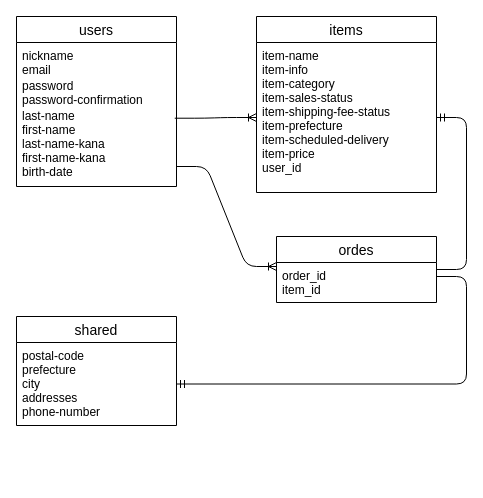
koto31/furima-39301 keeps this draw.io diagram as test.dio. Above is the earlier version. Source tidied: cells renumbered, new cells numbered last; positions are measured from the earlier drawing's top-left corner, leaving out a move shared by most shapes. Both pictures are drawn from the tidied source at 100%, with x=0, y=0 at pixel (16, 16).
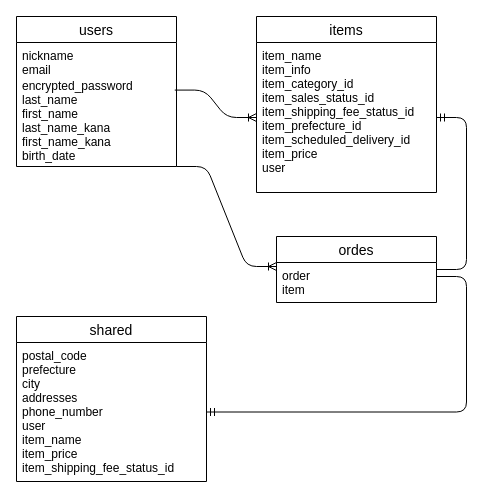
After the change.

Commit message (it also covers changes not shown here):
データーベース設計修正

Change to the diagram source:
```diff
@@
 <mxGraphModel>
   <root>
     <mxCell id="0" />
     <mxCell id="1" parent="0" />
     <mxCell id="2" value="users" style="swimlane;fontStyle=0;horizontal=1;startSize=26;align=center;fontSize=14;" parent="1" vertex="1">
-      <mxGeometry width="160" height="170" as="geometry" />
+      <mxGeometry width="160" height="150" as="geometry" />
     </mxCell>
     <mxCell id="3" value="nickname&#10;email&#10;" style="text;strokeColor=none;fillColor=none;spacingLeft=4;spacingRight=4;overflow=hidden;fontSize=12;" parent="2" vertex="1">
       <mxGeometry y="26" width="160" height="30" as="geometry" />
     </mxCell>
-    <mxCell id="4" value="password&#10;password-confirmation" style="text;strokeColor=none;fillColor=none;spacingLeft=4;spacingRight=4;overflow=hidden;fontSize=12;" parent="2" vertex="1">
-      <mxGeometry y="56" width="160" height="30" as="geometry" />
-    </mxCell>
-    <mxCell id="5" value="last-name&#10;first-name&#10;last-name-kana&#10;first-name-kana&#10;birth-date&#10;" style="text;strokeColor=none;fillColor=none;spacingLeft=4;spacingRight=4;overflow=hidden;points=[[0,0.5],[1,0.5]];portConstraint=eastwest;fontSize=12;" parent="2" vertex="1">
-      <mxGeometry y="86" width="160" height="84" as="geometry" />
+    <mxCell id="5" value="encrypted_password&#10;last_name&#10;first_name&#10;last_name_kana&#10;first_name_kana&#10;birth_date&#10;" style="text;strokeColor=none;fillColor=none;spacingLeft=4;spacingRight=4;overflow=hidden;points=[[0,0.5],[1,0.5]];portConstraint=eastwest;fontSize=12;" parent="2" vertex="1">
+      <mxGeometry y="56" width="160" height="94" as="geometry" />
     </mxCell>
     <mxCell id="6" value="items" style="swimlane;fontStyle=0;horizontal=1;startSize=26;align=center;fontSize=14;" parent="1" vertex="1">
       <mxGeometry x="240" width="180" height="176" as="geometry" />
     </mxCell>
-    <mxCell id="7" value="item-name&#10;item-info&#10;item-category&#10;item-sales-status&#10;item-shipping-fee-status&#10;item-prefecture&#10;item-scheduled-delivery&#10;item-price&#10;user_id" style="text;strokeColor=none;fillColor=none;spacingLeft=4;spacingRight=4;overflow=hidden;points=[[0,0.5],[1,0.5]];portConstraint=eastwest;fontSize=12;" parent="6" vertex="1">
+    <mxCell id="7" value="item_name&#10;item_info&#10;item_category_id&#10;item_sales_status_id&#10;item_shipping_fee_status_id&#10;item_prefecture_id&#10;item_scheduled_delivery_id&#10;item_price&#10;user" style="text;strokeColor=none;fillColor=none;spacingLeft=4;spacingRight=4;overflow=hidden;points=[[0,0.5],[1,0.5]];portConstraint=eastwest;fontSize=12;" parent="6" vertex="1">
       <mxGeometry y="26" width="180" height="150" as="geometry" />
     </mxCell>
     <mxCell id="8" value="ordes" style="swimlane;fontStyle=0;horizontal=1;startSize=26;align=center;fontSize=14;" parent="1" vertex="1">
       <mxGeometry x="260" y="220" width="160" height="66" as="geometry" />
     </mxCell>
-    <mxCell id="9" value="order_id&#10;item_id" style="text;strokeColor=none;fillColor=none;spacingLeft=4;spacingRight=4;overflow=hidden;fontSize=12;" parent="8" vertex="1">
+    <mxCell id="9" value="order&#10;item" style="text;strokeColor=none;fillColor=none;spacingLeft=4;spacingRight=4;overflow=hidden;fontSize=12;" parent="8" vertex="1">
       <mxGeometry y="26" width="160" height="40" as="geometry" />
     </mxCell>
     <mxCell id="10" style="edgeStyle=entityRelationEdgeStyle;fontSize=12;html=1;endArrow=ERoneToMany;" parent="1" edge="1">
       <mxGeometry relative="1" as="geometry">
         <mxPoint x="160" y="150" as="sourcePoint" />
         <mxPoint x="260" y="250" as="targetPoint" />
       </mxGeometry>
     </mxCell>
     <mxCell id="11" value="shared" style="swimlane;fontStyle=0;horizontal=1;startSize=26;align=center;fontSize=14;" parent="1" vertex="1">
-      <mxGeometry y="300" width="160" height="109" as="geometry" />
+      <mxGeometry y="300" width="190" height="165" as="geometry" />
     </mxCell>
-    <mxCell id="12" value="postal-code&#10;prefecture&#10;city&#10;addresses&#10;phone-number" style="text;strokeColor=none;fillColor=none;spacingLeft=4;spacingRight=4;overflow=hidden;points=[[0,0.5],[1,0.5]];portConstraint=eastwest;fontSize=12;" parent="11" vertex="1">
-      <mxGeometry y="26" width="160" height="83" as="geometry" />
+    <mxCell id="12" value="postal_code&#10;prefecture&#10;city&#10;addresses&#10;phone_number&#10;user&#10;item_name&#10;item_price&#10;item_shipping_fee_status_id" style="text;strokeColor=none;fillColor=none;spacingLeft=4;spacingRight=4;overflow=hidden;points=[[0,0.5],[1,0.5]];portConstraint=eastwest;fontSize=12;" parent="11" vertex="1">
+      <mxGeometry y="26" width="190" height="139" as="geometry" />
     </mxCell>
     <mxCell id="13" style="edgeStyle=entityRelationEdgeStyle;fontSize=12;html=1;endArrow=ERoneToMany;exitX=0.989;exitY=0.187;exitDx=0;exitDy=0;exitPerimeter=0;" parent="1" edge="1" source="5" target="7">
       <mxGeometry relative="1" as="geometry" />
     </mxCell>
     <mxCell id="14" style="edgeStyle=entityRelationEdgeStyle;fontSize=12;html=1;endArrow=ERmandOne;exitX=1;exitY=0.5;exitDx=0;exitDy=0;" parent="1" edge="1" source="8" target="7">
       <mxGeometry relative="1" as="geometry" />
     </mxCell>
     <mxCell id="15" style="edgeStyle=entityRelationEdgeStyle;fontSize=12;html=1;endArrow=ERmandOne;entryX=1;entryY=0.5;entryDx=0;entryDy=0;" parent="1" edge="1" target="12">
       <mxGeometry relative="1" as="geometry">
         <mxPoint x="420" y="260" as="sourcePoint" />
       </mxGeometry>
     </mxCell>
   </root>
 </mxGraphModel>
```
